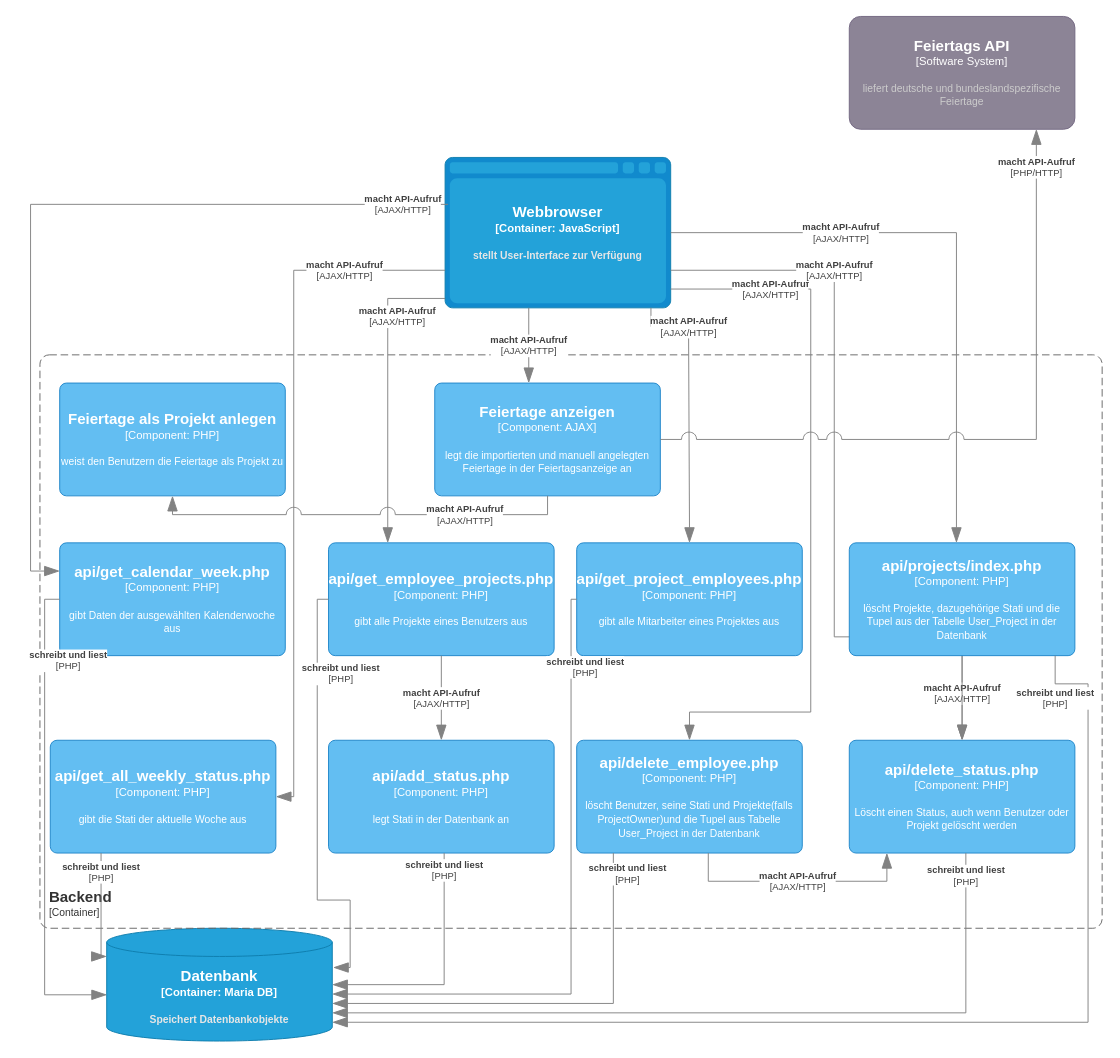
PowerOfCreation/E1Ressourcenverwaltung keeps this draw.io diagram as docs/architecture/images/c4 3 schicht feiertage.drawio. Above is the earlier version. Source tidied: cells renumbered, new cells numbered last; positions are measured from the earlier drawing's top-left corner, leaving out a move shared by most shapes. Both pictures are drawn from the tidied source at 94%, with x=0, y=0 at pixel (30, 16).
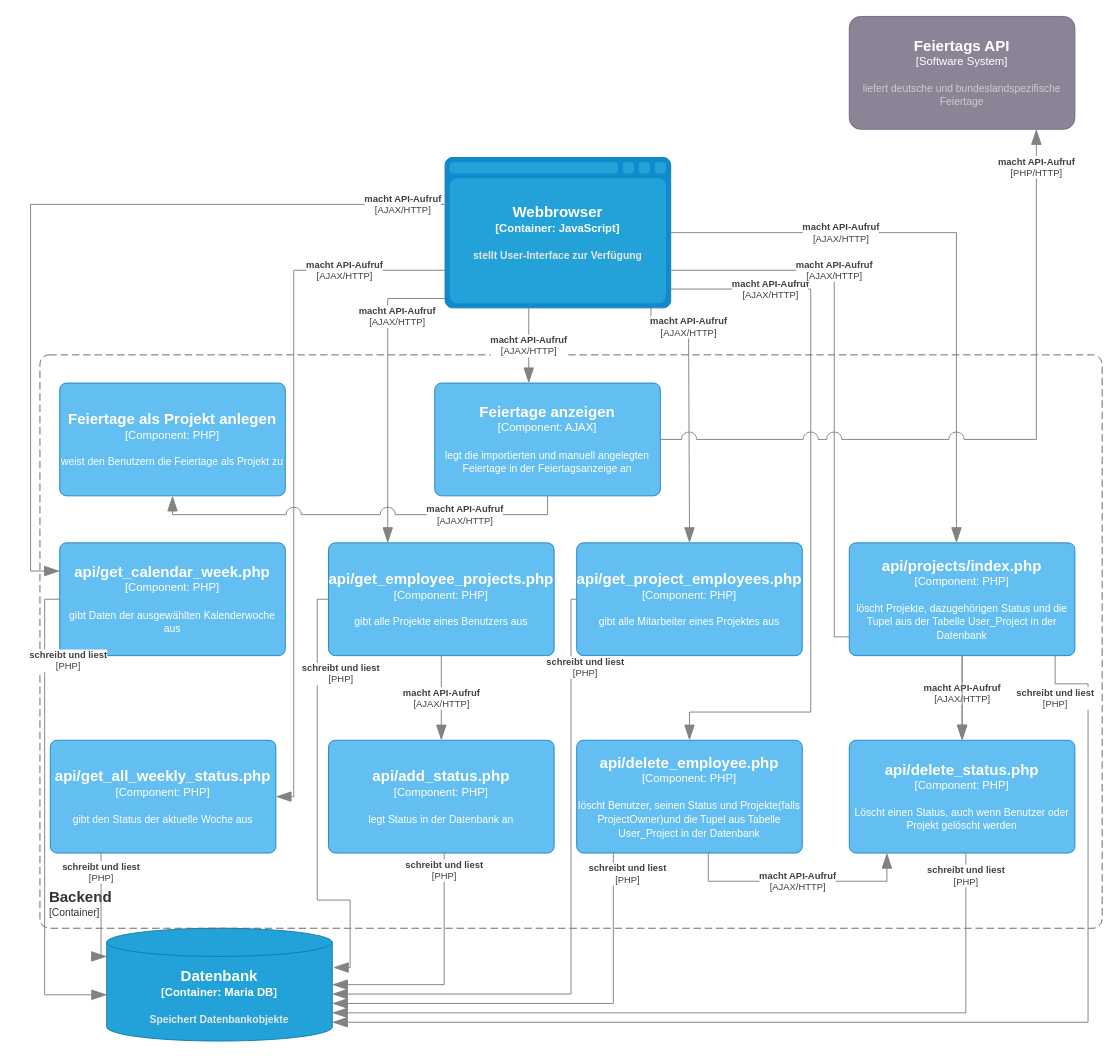
The same page after the edit.

Commit message (it also covers changes not shown here):
Stati -> Status

The edit, as a diff of the source:
```diff
@@
-    <object id="9" label="&lt;font style=&quot;font-size: 16px&quot;&gt;&lt;b&gt;%c4Name%&lt;/b&gt;&lt;/font&gt;&lt;div&gt;[%c4Type%: %c4Technology%]&lt;/div&gt;&lt;br&gt;&lt;div&gt;&lt;font style=&quot;font-size: 11px&quot;&gt;%c4Description%&lt;/font&gt;&lt;/div&gt;" c4Description="gibt die Stati der aktuelle Woche aus" c4Name="api/get_all_weekly_status.php&#10;" c4Technology="PHP" c4Type="Component" placeholders="1">
+    <object id="9" label="&lt;font style=&quot;font-size: 16px&quot;&gt;&lt;b&gt;%c4Name%&lt;/b&gt;&lt;/font&gt;&lt;div&gt;[%c4Type%: %c4Technology%]&lt;/div&gt;&lt;br&gt;&lt;div&gt;&lt;font style=&quot;font-size: 11px&quot;&gt;%c4Description%&lt;/font&gt;&lt;/div&gt;" c4Description="gibt den Status der aktuelle Woche aus" c4Name="api/get_all_weekly_status.php&#10;" c4Technology="PHP" c4Type="Component" placeholders="1">
       <mxCell style="rounded=1;whiteSpace=wrap;html=1;labelBackgroundColor=none;fillColor=#63BEF2;fontColor=#ffffff;align=center;arcSize=6;strokeColor=#2086C9;points=[[0.25,0,0],[0.5,0,0],[0.75,0,0],[1,0.25,0],[1,0.5,0],[1,0.75,0],[0.75,1,0],[0.5,1,0],[0.25,1,0],[0,0.75,0],[0,0.5,0],[0,0.25,0]];" parent="1" vertex="1">
         <mxGeometry x="21" y="770" width="240" height="120" as="geometry" />
       </mxCell>
     </object>
-    <object id="10" label="&lt;font style=&quot;font-size: 16px&quot;&gt;&lt;b&gt;%c4Name%&lt;/b&gt;&lt;/font&gt;&lt;div&gt;[%c4Type%: %c4Technology%]&lt;/div&gt;&lt;br&gt;&lt;div&gt;&lt;font style=&quot;font-size: 11px&quot;&gt;%c4Description%&lt;/font&gt;&lt;/div&gt;" c4Description="legt Stati in der Datenbank an" c4Name="api/add_status.php" c4Technology="PHP" c4Type="Component" placeholders="1">
+    <object id="10" label="&lt;font style=&quot;font-size: 16px&quot;&gt;&lt;b&gt;%c4Name%&lt;/b&gt;&lt;/font&gt;&lt;div&gt;[%c4Type%: %c4Technology%]&lt;/div&gt;&lt;br&gt;&lt;div&gt;&lt;font style=&quot;font-size: 11px&quot;&gt;%c4Description%&lt;/font&gt;&lt;/div&gt;" c4Description="legt Status in der Datenbank an" c4Name="api/add_status.php" c4Technology="PHP" c4Type="Component" placeholders="1">
       <mxCell style="rounded=1;whiteSpace=wrap;html=1;labelBackgroundColor=none;fillColor=#63BEF2;fontColor=#ffffff;align=center;arcSize=6;strokeColor=#2086C9;points=[[0.25,0,0],[0.5,0,0],[0.75,0,0],[1,0.25,0],[1,0.5,0],[1,0.75,0],[0.75,1,0],[0.5,1,0],[0.25,1,0],[0,0.75,0],[0,0.5,0],[0,0.25,0]];" parent="1" vertex="1">
         <mxGeometry x="317" y="770" width="240" height="120" as="geometry" />
       </mxCell>
     </object>
-    <object id="11" label="&lt;font style=&quot;font-size: 16px&quot;&gt;&lt;b&gt;%c4Name%&lt;/b&gt;&lt;/font&gt;&lt;div&gt;[%c4Type%: %c4Technology%]&lt;/div&gt;&lt;br&gt;&lt;div&gt;&lt;font style=&quot;font-size: 11px&quot;&gt;%c4Description%&lt;/font&gt;&lt;/div&gt;" c4Description="löscht Benutzer, seine Stati und  Projekte(falls ProjectOwner)und die Tupel aus Tabelle User_Project in der Datenbank&#10;" c4Name="api/delete_employee.php" c4Technology="PHP" c4Type="Component" placeholders="1">
+    <object id="11" label="&lt;font style=&quot;font-size: 16px&quot;&gt;&lt;b&gt;%c4Name%&lt;/b&gt;&lt;/font&gt;&lt;div&gt;[%c4Type%: %c4Technology%]&lt;/div&gt;&lt;br&gt;&lt;div&gt;&lt;font style=&quot;font-size: 11px&quot;&gt;%c4Description%&lt;/font&gt;&lt;/div&gt;" c4Description="löscht Benutzer, seinen Status und  Projekte(falls ProjectOwner)und die Tupel aus Tabelle User_Project in der Datenbank&#10;" c4Name="api/delete_employee.php" c4Technology="PHP" c4Type="Component" placeholders="1">
       <mxCell style="rounded=1;whiteSpace=wrap;html=1;labelBackgroundColor=none;fillColor=#63BEF2;fontColor=#ffffff;align=center;arcSize=6;strokeColor=#2086C9;points=[[0.25,0,0],[0.5,0,0],[0.75,0,0],[1,0.25,0],[1,0.5,0],[1,0.75,0],[0.75,1,0],[0.5,1,0],[0.25,1,0],[0,0.75,0],[0,0.5,0],[0,0.25,0]];" parent="1" vertex="1">
         <mxGeometry x="581" y="770" width="240" height="120" as="geometry" />
       </mxCell>
     </object>
@@
-    <object id="22" label="&lt;font style=&quot;font-size: 16px&quot;&gt;&lt;b&gt;%c4Name%&lt;/b&gt;&lt;/font&gt;&lt;div&gt;[%c4Type%: %c4Technology%]&lt;/div&gt;&lt;br&gt;&lt;div&gt;&lt;font style=&quot;font-size: 11px&quot;&gt;%c4Description%&lt;/font&gt;&lt;/div&gt;" c4Description="löscht Projekte, dazugehörige Stati und die Tupel aus der Tabelle User_Project in der Datenbank" c4Name="api/projects/index.php" c4Technology="PHP" c4Type="Component" placeholders="1">
+    <object id="22" label="&lt;font style=&quot;font-size: 16px&quot;&gt;&lt;b&gt;%c4Name%&lt;/b&gt;&lt;/font&gt;&lt;div&gt;[%c4Type%: %c4Technology%]&lt;/div&gt;&lt;br&gt;&lt;div&gt;&lt;font style=&quot;font-size: 11px&quot;&gt;%c4Description%&lt;/font&gt;&lt;/div&gt;" c4Description="löscht Projekte, dazugehörigen Status und die Tupel aus der Tabelle User_Project in der Datenbank" c4Name="api/projects/index.php" c4Technology="PHP" c4Type="Component" placeholders="1">
       <mxCell style="rounded=1;whiteSpace=wrap;html=1;labelBackgroundColor=none;fillColor=#63BEF2;fontColor=#ffffff;align=center;arcSize=6;strokeColor=#2086C9;points=[[0.25,0,0],[0.5,0,0],[0.75,0,0],[1,0.25,0],[1,0.5,0],[1,0.75,0],[0.75,1,0],[0.5,1,0],[0.25,1,0],[0,0.75,0],[0,0.5,0],[0,0.25,0]];" parent="1" vertex="1">
         <mxGeometry x="871" y="560" width="240" height="120" as="geometry" />
       </mxCell>
     </object>
@@
-    <object id="33" label="&lt;font style=&quot;font-size: 16px&quot;&gt;&lt;b&gt;%c4Name%&lt;/b&gt;&lt;/font&gt;&lt;div&gt;[%c4Type%: %c4Technology%]&lt;/div&gt;&lt;br&gt;&lt;div&gt;&lt;font style=&quot;font-size: 11px&quot;&gt;%c4Description%&lt;/font&gt;&lt;/div&gt;" c4Description="legt die importierten und manuell angelegten Feiertage in der Feiertagsanzeige an" c4Name="Feiertage anzeigen&#10;" c4Technology="AJAX" c4Type="Component" placeholders="1">
+    <object id="33" label="&lt;font style=&quot;font-size: 16px&quot;&gt;&lt;b&gt;%c4Name%&lt;/b&gt;&lt;/font&gt;&lt;div&gt;[%c4Type%: %c4Technology%]&lt;/div&gt;&lt;br&gt;&lt;div&gt;&lt;font style=&quot;font-size: 11px&quot;&gt;%c4Description%&lt;/font&gt;&lt;/div&gt;" c4Description="legt die importierten und manuell angelegten Feiertage in der Feiertagsanzeige an" c4Name="Feiertage anzeigen" c4Technology="AJAX" c4Type="Component" placeholders="1">
       <mxCell style="rounded=1;whiteSpace=wrap;html=1;labelBackgroundColor=none;fillColor=#63BEF2;fontColor=#ffffff;align=center;arcSize=6;strokeColor=#2086C9;points=[[0.25,0,0],[0.5,0,0],[0.75,0,0],[1,0.25,0],[1,0.5,0],[1,0.75,0],[0.75,1,0],[0.5,1,0],[0.25,1,0],[0,0.75,0],[0,0.5,0],[0,0.25,0]];" parent="1" vertex="1">
         <mxGeometry x="430" y="390" width="240" height="120" as="geometry" />
       </mxCell>
     </object>
```
